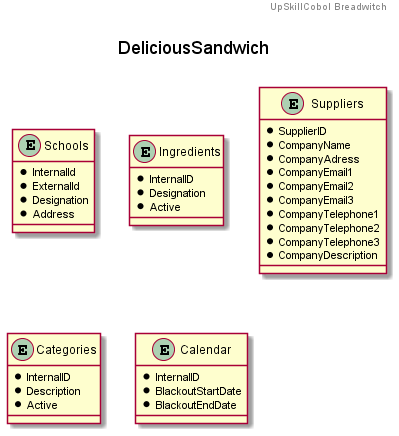
Before: Part2/documentation/ER_DeliciousSandwich.png, a diagram exported from PlantUML (UpSkillCobol/lab2).
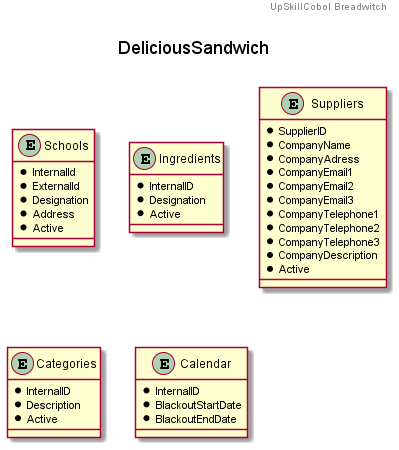
After the change.

What changed in the source:
```diff
@@ -10,6 +10,7 @@
   * ExternalId
   * Designation
   * Address
+  * Active
 }
 
 entity Ingredients {
@@ -29,6 +30,7 @@
   * CompanyTelephone2
   * CompanyTelephone3
   * CompanyDescription
+  * Active
 }
 
 entity Categories {
```
